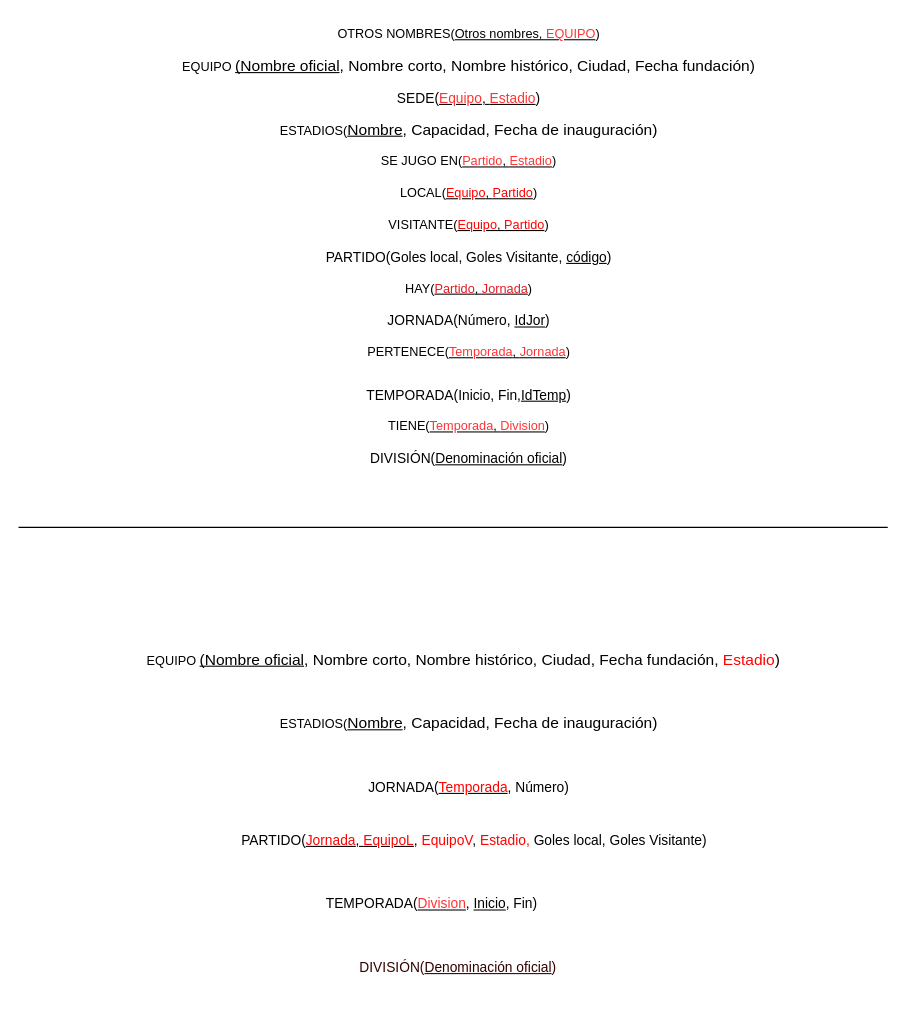
This is draws/EsquemaRelacional.drawio from Practicass/Practica1_LigaFutbol, a draw.io file, before an edit. Source tidied: cells renumbered, new cells numbered last; positions are measured from the earlier drawing's top-left corner, leaving out a move shared by most shapes. Both pictures are drawn from the tidied source at 106%, with x=0, y=0 at pixel (18, 18).
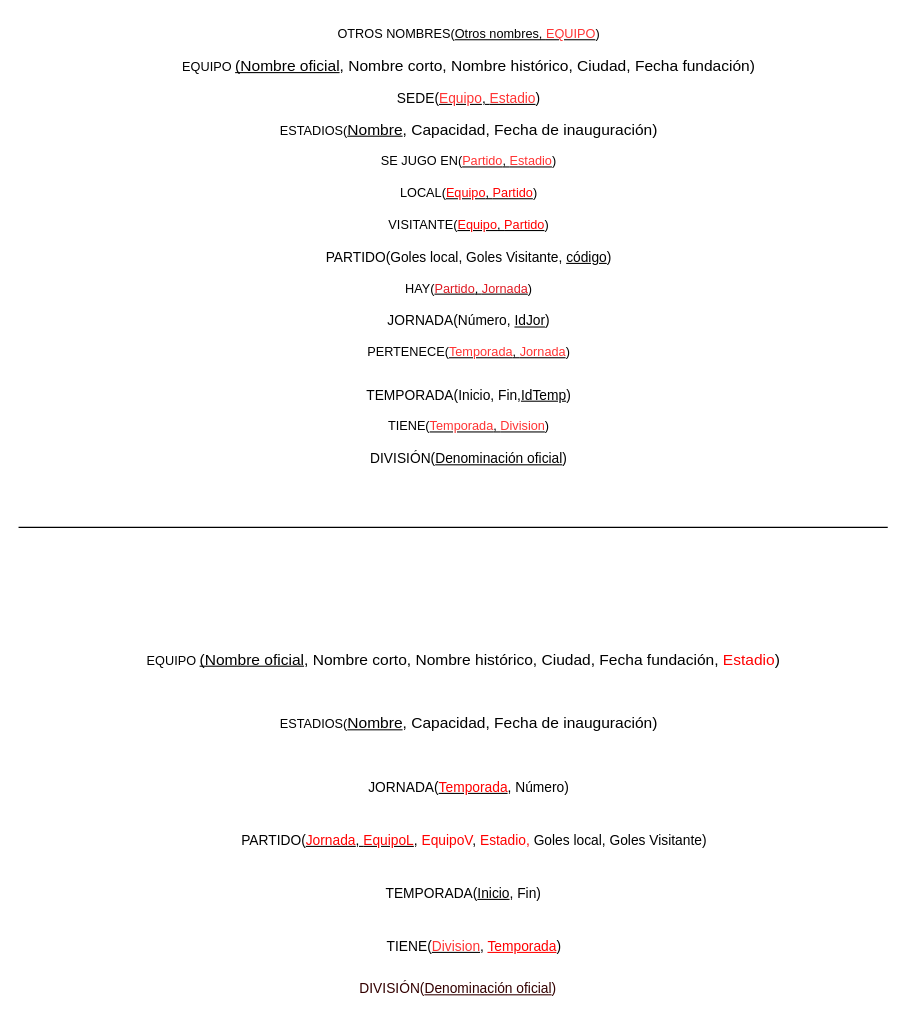
Above is the later version.

Change to the diagram source:
```diff
@@
-    <mxCell id="21" value="&lt;p id=&quot;docs-internal-guid-06d0baa3-7fff-bc2a-16c3-9cde62015013&quot; style=&quot;line-height: 1.38; margin-top: 0pt; margin-bottom: 0pt; font-size: 13px;&quot; dir=&quot;ltr&quot;&gt;TEMPORADA(&lt;u&gt;&lt;font color=&quot;#FF3333&quot;&gt;Division&lt;/font&gt;&lt;/u&gt;, &lt;u&gt;&lt;span style=&quot;font-family: Arial; color: rgb(0, 0, 0); background-color: transparent; font-style: normal; font-variant: normal; text-decoration-skip-ink: none; vertical-align: baseline;&quot;&gt;Inicio&lt;/span&gt;&lt;/u&gt;&lt;span style=&quot;font-family: Arial; color: rgb(0, 0, 0); background-color: transparent; font-style: normal; font-variant: normal; text-decoration: none; vertical-align: baseline;&quot;&gt;, Fin)&lt;/span&gt;&lt;/p&gt;&lt;p id=&quot;docs-internal-guid-d062ec6a-7fff-5ad4-b682-37d9f37c2bd6&quot; style=&quot;line-height:1.38;margin-top:0pt;margin-bottom:0pt;&quot; dir=&quot;ltr&quot;&gt;&lt;/p&gt;&lt;p id=&quot;docs-internal-guid-b29137fc-7fff-e210-7a7c-c94be5e26367&quot; style=&quot;line-height:1.38;margin-top:0pt;margin-bottom:0pt;&quot; dir=&quot;ltr&quot;&gt;&lt;/p&gt;&lt;p id=&quot;docs-internal-guid-ae7be185-7fff-9508-fb25-8bbcf56c84a8&quot; style=&quot;line-height:1.38;margin-top:0pt;margin-bottom:0pt;&quot; dir=&quot;ltr&quot;&gt;&lt;/p&gt;" style="text;html=1;strokeColor=none;fillColor=none;align=center;verticalAlign=middle;whiteSpace=wrap;rounded=0;" parent="1" vertex="1">
-      <mxGeometry x="20" y="820" width="740" height="30" as="geometry" />
+    <mxCell id="21" value="&lt;p id=&quot;docs-internal-guid-06d0baa3-7fff-bc2a-16c3-9cde62015013&quot; style=&quot;line-height: 1.38; margin-top: 0pt; margin-bottom: 0pt; font-size: 13px;&quot; dir=&quot;ltr&quot;&gt;TEMPORADA(&lt;u&gt;&lt;span style=&quot;font-family: Arial; color: rgb(0, 0, 0); background-color: transparent; font-style: normal; font-variant: normal; text-decoration-skip-ink: none; vertical-align: baseline;&quot;&gt;Inicio&lt;/span&gt;&lt;/u&gt;&lt;span style=&quot;font-family: Arial; color: rgb(0, 0, 0); background-color: transparent; font-style: normal; font-variant: normal; text-decoration: none; vertical-align: baseline;&quot;&gt;, Fin)&lt;/span&gt;&lt;/p&gt;&lt;p id=&quot;docs-internal-guid-d062ec6a-7fff-5ad4-b682-37d9f37c2bd6&quot; style=&quot;line-height:1.38;margin-top:0pt;margin-bottom:0pt;&quot; dir=&quot;ltr&quot;&gt;&lt;/p&gt;&lt;p id=&quot;docs-internal-guid-b29137fc-7fff-e210-7a7c-c94be5e26367&quot; style=&quot;line-height:1.38;margin-top:0pt;margin-bottom:0pt;&quot; dir=&quot;ltr&quot;&gt;&lt;/p&gt;&lt;p id=&quot;docs-internal-guid-ae7be185-7fff-9508-fb25-8bbcf56c84a8&quot; style=&quot;line-height:1.38;margin-top:0pt;margin-bottom:0pt;&quot; dir=&quot;ltr&quot;&gt;&lt;/p&gt;" style="text;html=1;strokeColor=none;fillColor=none;align=center;verticalAlign=middle;whiteSpace=wrap;rounded=0;" parent="1" vertex="1">
+      <mxGeometry x="50" y="810" width="740" height="30" as="geometry" />
     </mxCell>
     <mxCell id="22" value="&lt;p id=&quot;docs-internal-guid-3562eadd-7fff-00f9-283a-577bf8721a5b&quot; style=&quot;line-height: 1.38; margin-top: 0pt; margin-bottom: 0pt; font-size: 13px;&quot; dir=&quot;ltr&quot;&gt;&lt;font style=&quot;font-size: 13px;&quot; color=&quot;#330000&quot;&gt;DIVISIÓN(&lt;u&gt;Denominación oficial&lt;/u&gt;)&lt;/font&gt;&lt;/p&gt;" style="text;whiteSpace=wrap;html=1;fontColor=#FF3333;" parent="1" vertex="1">
-      <mxGeometry x="320" y="880" width="220" height="40" as="geometry" />
+      <mxGeometry x="320" y="900" width="220" height="40" as="geometry" />
     </mxCell>
+    <mxCell id="23" value="&lt;p id=&quot;docs-internal-guid-06d0baa3-7fff-bc2a-16c3-9cde62015013&quot; style=&quot;line-height: 1.38; margin-top: 0pt; margin-bottom: 0pt; font-size: 13px;&quot; dir=&quot;ltr&quot;&gt;TIENE(&lt;u&gt;&lt;font color=&quot;#FF3333&quot;&gt;Division&lt;/font&gt;&lt;/u&gt;, &lt;font color=&quot;#ff0000&quot;&gt;&lt;u&gt;Temporada&lt;/u&gt;&lt;/font&gt;&lt;span style=&quot;font-family: Arial; color: rgb(0, 0, 0); background-color: transparent; font-style: normal; font-variant: normal; text-decoration: none; vertical-align: baseline;&quot;&gt;)&lt;/span&gt;&lt;/p&gt;&lt;p id=&quot;docs-internal-guid-d062ec6a-7fff-5ad4-b682-37d9f37c2bd6&quot; style=&quot;line-height:1.38;margin-top:0pt;margin-bottom:0pt;&quot; dir=&quot;ltr&quot;&gt;&lt;/p&gt;&lt;p id=&quot;docs-internal-guid-b29137fc-7fff-e210-7a7c-c94be5e26367&quot; style=&quot;line-height:1.38;margin-top:0pt;margin-bottom:0pt;&quot; dir=&quot;ltr&quot;&gt;&lt;/p&gt;&lt;p id=&quot;docs-internal-guid-ae7be185-7fff-9508-fb25-8bbcf56c84a8&quot; style=&quot;line-height:1.38;margin-top:0pt;margin-bottom:0pt;&quot; dir=&quot;ltr&quot;&gt;&lt;/p&gt;" style="text;html=1;strokeColor=none;fillColor=none;align=center;verticalAlign=middle;whiteSpace=wrap;rounded=0;" parent="1" vertex="1">
+      <mxGeometry x="60" y="860" width="740" height="30" as="geometry" />
+    </mxCell>
```
